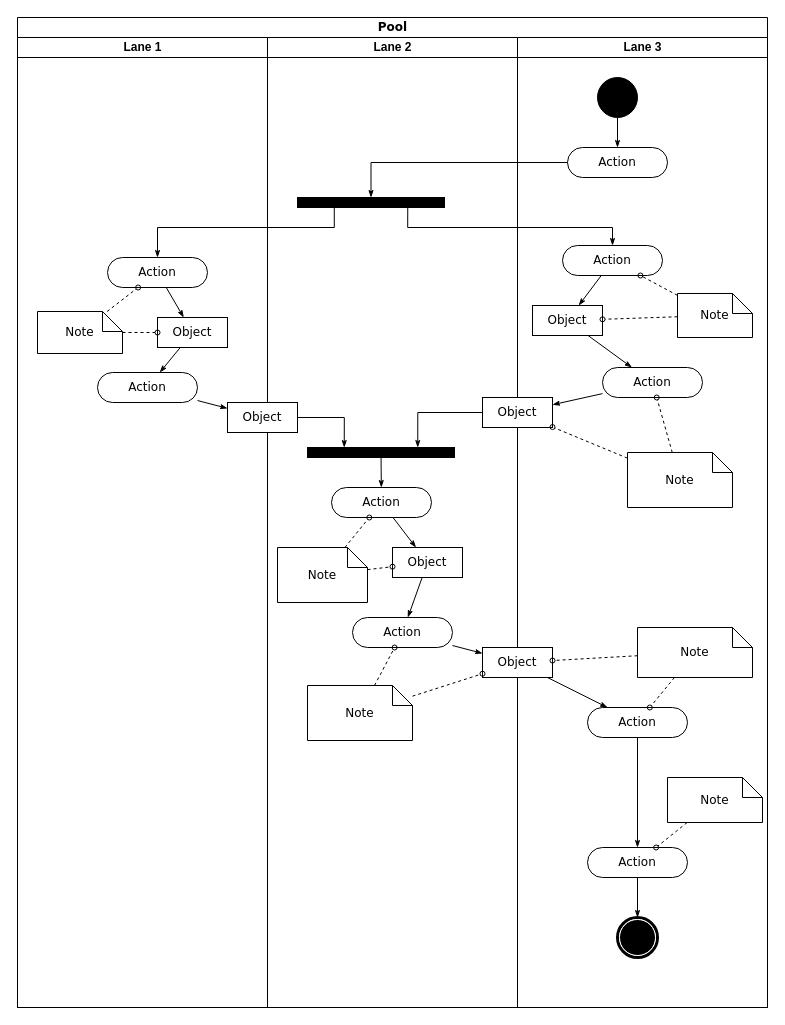
Earlier version of the draw.io diagram IoT-ishlab chiqarish.drawio (jasurkhamzaev/jasurdev). Source tidied: cells renumbered, new cells numbered last; positions are measured from the earlier drawing's top-left corner, leaving out a move shared by most shapes. Both pictures are drawn from the tidied source at 100%, with x=0, y=0 at pixel (17, 17).
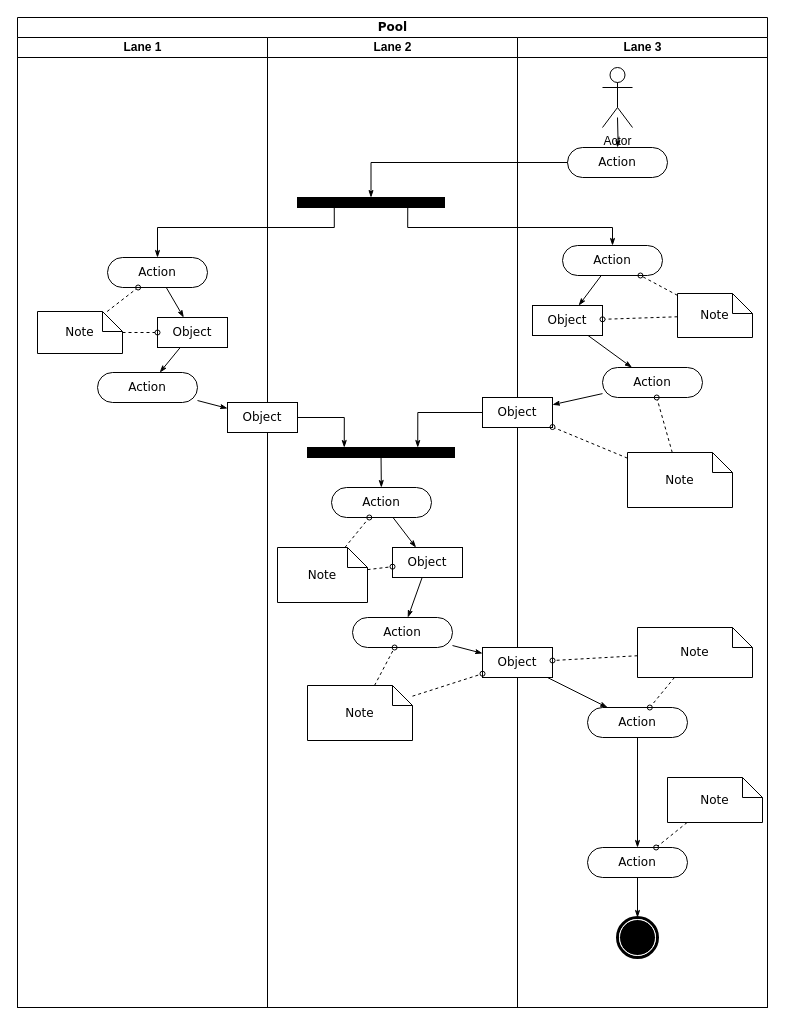
Above is the later version.

Unchanged cells that the change refers to:
```xml
<mxCell id="28" value="Lane 3" style="swimlane;html=1;startSize=20;" parent="2" vertex="1">
  <mxGeometry x="500" y="20" width="250" height="970" as="geometry" />
</mxCell>
<mxCell id="31" value="Action" style="rounded=1;whiteSpace=wrap;html=1;shadow=0;comic=0;labelBackgroundColor=none;strokeWidth=1;fontFamily=Verdana;fontSize=12;align=center;arcSize=50;" parent="28" vertex="1">
  <mxGeometry x="50" y="110" width="100" height="30" as="geometry" />
</mxCell>
```

Diff of the diagram source:
```diff
@@
-    <mxCell id="29" style="edgeStyle=orthogonalEdgeStyle;rounded=0;html=1;labelBackgroundColor=none;startArrow=none;startFill=0;startSize=5;endArrow=classicThin;endFill=1;endSize=5;jettySize=auto;strokeWidth=1;fontFamily=Verdana;fontSize=12;" parent="28" edge="1" source="30" target="31">
-      <mxGeometry relative="1" as="geometry" />
+    <mxCell id="29" style="edgeStyle=orthogonalEdgeStyle;rounded=0;html=1;labelBackgroundColor=none;startArrow=none;startFill=0;startSize=5;endArrow=classicThin;endFill=1;endSize=5;jettySize=auto;strokeWidth=1;fontFamily=Verdana;fontSize=12;" parent="28" edge="1" target="31">
+      <mxGeometry relative="1" as="geometry">
+        <mxPoint x="100" y="80" as="sourcePoint" />
+      </mxGeometry>
     </mxCell>
-    <mxCell id="30" style="ellipse;whiteSpace=wrap;html=1;rounded=0;shadow=0;comic=0;labelBackgroundColor=none;strokeWidth=1;fillColor=#000000;fontFamily=Verdana;fontSize=12;align=center;" parent="28" vertex="1">
-      <mxGeometry x="80" y="40" width="40" height="40" as="geometry" />
-    </mxCell>
@@
+    <mxCell id="64" value="Actor" style="shape=umlActor;verticalLabelPosition=bottom;verticalAlign=top;html=1;" parent="28" vertex="1">
+      <mxGeometry x="85" y="30" width="30" height="60" as="geometry" />
+    </mxCell>
```
